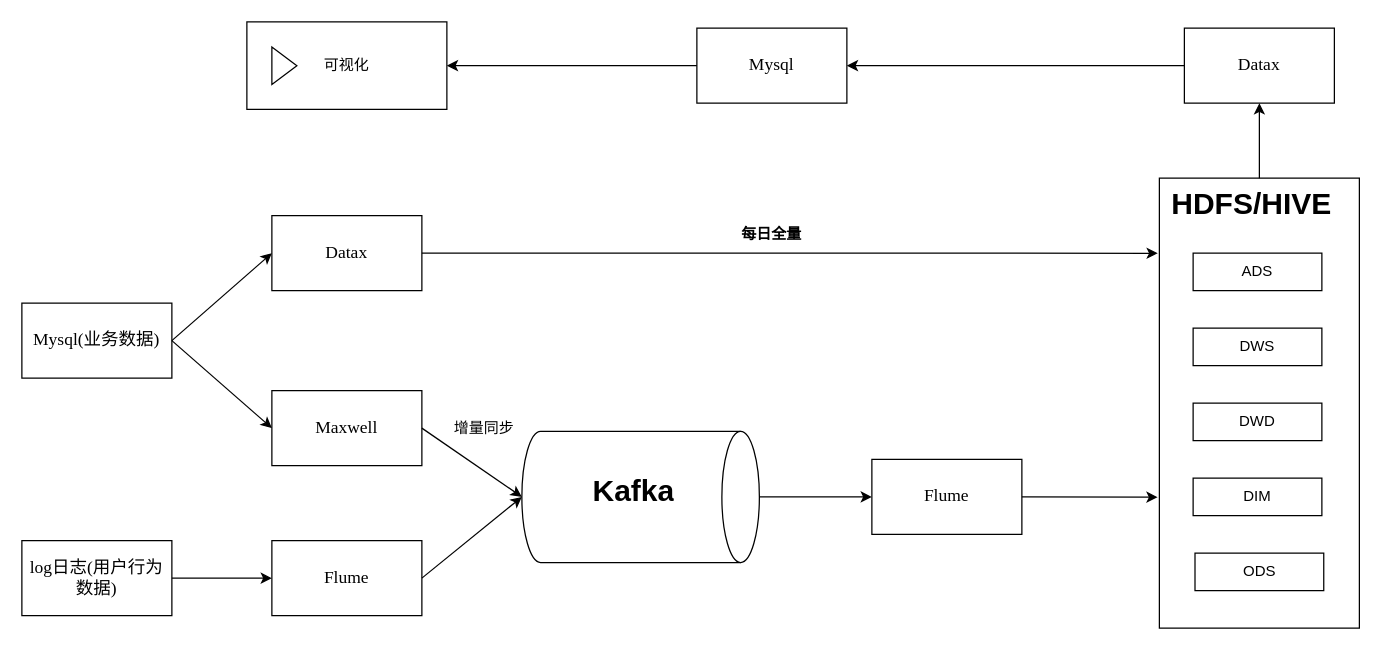
Above: 离线数仓架构图.drawio in welcome2023/DrawGraph-2024 (draw.io), before the change. Source tidied: cells renumbered, new cells numbered last; positions are measured from the earlier drawing's top-left corner, leaving out a move shared by most shapes. Both pictures are drawn from the tidied source at 125%, with x=0, y=0 at pixel (21, 21).
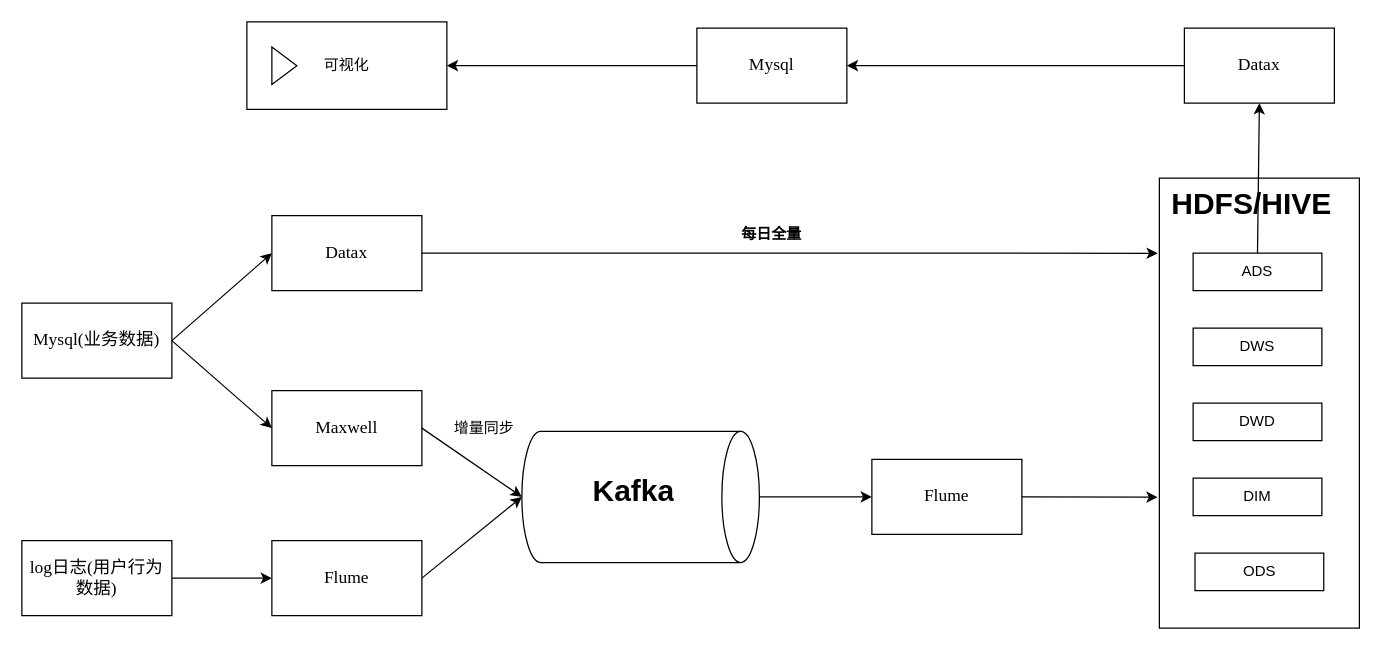
Above is the later version.

Commit message:
离线数仓架构图.drawio

The change refers to these unchanged cells:
```xml
<mxCell id="15" value="&lt;h1 style=&quot;margin-top: 0px;&quot;&gt;HDFS/HIVE&lt;/h1&gt;" style="text;html=1;whiteSpace=wrap;overflow=hidden;rounded=0;" parent="1" vertex="1">
  <mxGeometry x="917.5" y="125" width="145" height="40" as="geometry" />
</mxCell>
<mxCell id="20" value="ADS" style="rounded=0;whiteSpace=wrap;html=1;" parent="1" vertex="1">
  <mxGeometry x="937" y="185" width="103" height="30" as="geometry" />
</mxCell>
<mxCell id="21" value="&lt;font face=&quot;Garamond&quot;&gt;&lt;span style=&quot;font-size: 14px;&quot;&gt;Datax&lt;/span&gt;&lt;/font&gt;" style="rounded=0;whiteSpace=wrap;html=1;" parent="1" vertex="1">
  <mxGeometry x="930" y="5" width="120" height="60" as="geometry" />
</mxCell>
```

Diff of the diagram source:
```diff
@@
-    <mxCell id="24" style="endArrow=classic;html=1;rounded=0;exitX=0.5;exitY=0;exitDx=0;exitDy=0;entryX=0.5;entryY=1;entryDx=0;entryDy=0;" parent="1" edge="1" source="15" target="21">
+    <mxCell id="24" style="endArrow=classic;html=1;rounded=0;exitX=0.5;exitY=0;exitDx=0;exitDy=0;entryX=0.5;entryY=1;entryDx=0;entryDy=0;" parent="1" edge="1" source="20" target="21">
       <mxGeometry relative="1" as="geometry" />
     </mxCell>
```
